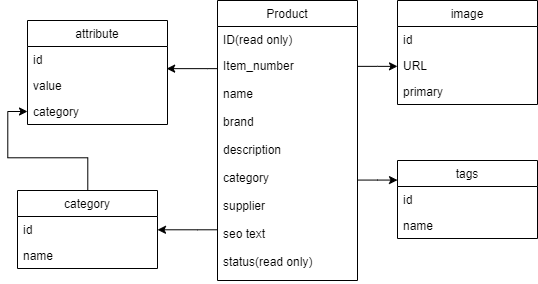
Before: Illustrationer/RapportDiagrammer/domainmodel.png, a diagram exported from draw.io (Rikkeyoon/PIM-2semEksamen). Source tidied: cells renumbered, new cells last; positions are measured from the earlier drawing's top-left corner, leaving out a move shared by most shapes.
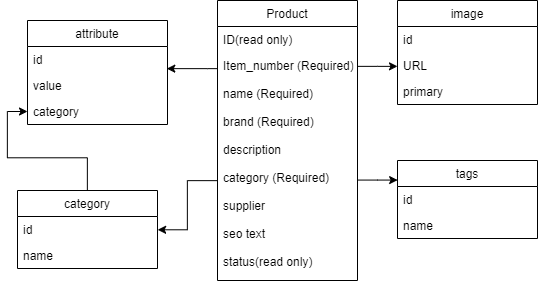
Later version of the same file.

Commit message:
new domain model

Diff of the diagram source:
```diff
@@ -8,10 +8,10 @@
     <mxCell id="3" value="ID(read only)" style="text;strokeColor=none;fillColor=none;align=left;verticalAlign=top;spacingLeft=4;spacingRight=4;overflow=hidden;" parent="2" vertex="1">
       <mxGeometry y="26" width="140" height="26" as="geometry" />
     </mxCell>
-    <mxCell id="4" value="Item_number" style="text;strokeColor=none;fillColor=none;align=left;verticalAlign=top;spacingLeft=4;spacingRight=4;overflow=hidden;points=[[0,0.5],[1,0.5]];portConstraint=eastwest;" parent="2" vertex="1">
+    <mxCell id="4" value="Item_number (Required)" style="text;strokeColor=none;fillColor=none;align=left;verticalAlign=top;spacingLeft=4;spacingRight=4;overflow=hidden;points=[[0,0.5],[1,0.5]];portConstraint=eastwest;" parent="2" vertex="1">
       <mxGeometry y="52" width="140" height="28" as="geometry" />
     </mxCell>
-    <mxCell id="5" value="name&#10;&#10;brand&#10;&#10;description&#10;&#10;category&#10;&#10;supplier&#10;&#10;seo text&#10;&#10;status(read only)&#10;" style="text;strokeColor=none;fillColor=none;align=left;verticalAlign=top;spacingLeft=4;spacingRight=4;overflow=hidden;points=[[0,0.5],[1,0.5]];portConstraint=eastwest;" parent="2" vertex="1">
+    <mxCell id="5" value="name (Required)&#10;&#10;brand (Required)&#10;&#10;description&#10;&#10;category (Required)&#10;&#10;supplier&#10;&#10;seo text&#10;&#10;status(read only)&#10;" style="text;strokeColor=none;fillColor=none;align=left;verticalAlign=top;spacingLeft=4;spacingRight=4;overflow=hidden;points=[[0,0.5],[1,0.5]];portConstraint=eastwest;" parent="2" vertex="1">
       <mxGeometry y="80" width="140" height="200" as="geometry" />
     </mxCell>
     <mxCell id="6" value="image" style="swimlane;fontStyle=0;horizontal=1;startSize=26;fillColor=none;" parent="1" vertex="1">
@@ -41,8 +41,8 @@
     <mxCell id="14" style="edgeStyle=orthogonalEdgeStyle;rounded=0;jettySize=auto;html=1;entryX=1;entryY=0.5;entryDx=0;entryDy=0;" parent="1" edge="1" source="5" target="12">
       <mxGeometry relative="1" as="geometry">
         <Array as="points">
-          <mxPoint x="180" y="229" />
-          <mxPoint x="180" y="229" />
+          <mxPoint x="170" y="180" />
+          <mxPoint x="170" y="229" />
         </Array>
       </mxGeometry>
     </mxCell>
```
